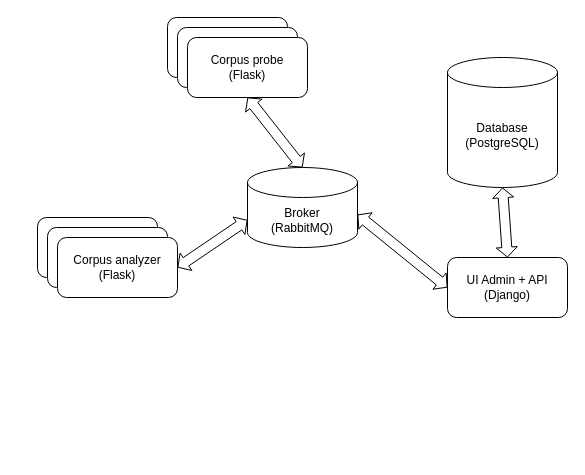
The draw.io diagram docs/architecture.drawio in gfoo/covary, before the edit. Source tidied: cells renumbered, new cells numbered last; positions are measured from the earlier drawing's top-left corner, leaving out a move shared by most shapes. Both pictures are drawn from the tidied source at 100%, with x=0, y=0 at pixel (37, 17).
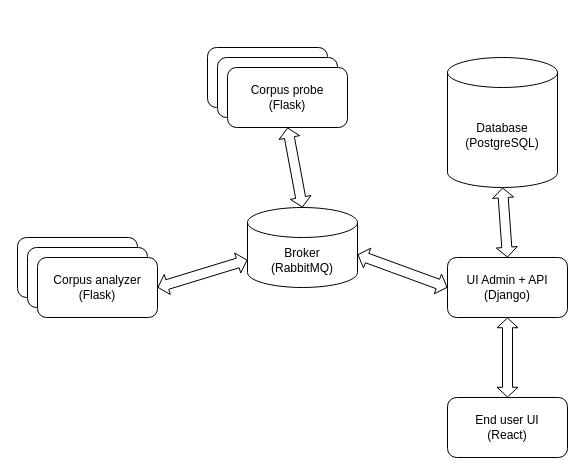
The same diagram, later.

Commit message:
missing End user UI

Change to the diagram source:
```diff
@@
 <mxGraphModel>
   <root>
     <mxCell id="0" />
     <mxCell id="1" parent="0" />
     <mxCell id="2" value="&lt;div&gt;Database&lt;/div&gt;&lt;div&gt;(PostgreSQL)&lt;br&gt;&lt;/div&gt;" style="shape=cylinder3;whiteSpace=wrap;html=1;boundedLbl=1;backgroundOutline=1;size=15;" parent="1" vertex="1">
       <mxGeometry x="410" y="40" width="110" height="130" as="geometry" />
     </mxCell>
     <mxCell id="3" value="&lt;div&gt;UI Admin + API&lt;/div&gt;&lt;div&gt;(Django)&lt;br&gt;&lt;/div&gt;" style="rounded=1;whiteSpace=wrap;html=1;" parent="1" vertex="1">
       <mxGeometry x="410" y="240" width="120" height="60" as="geometry" />
     </mxCell>
     <mxCell id="4" value="Broker&lt;br&gt;&lt;div&gt;(RabbitMQ)&lt;/div&gt;" style="shape=cylinder3;whiteSpace=wrap;html=1;boundedLbl=1;backgroundOutline=1;size=15;" parent="1" vertex="1">
-      <mxGeometry x="210" y="150" width="110" height="80" as="geometry" />
+      <mxGeometry x="210" y="190" width="110" height="80" as="geometry" />
     </mxCell>
     <mxCell id="5" style="rounded=1;whiteSpace=wrap;html=1;" parent="1" vertex="1">
-      <mxGeometry x="130" width="120" height="60" as="geometry" />
+      <mxGeometry x="170" y="30" width="120" height="60" as="geometry" />
     </mxCell>
     <mxCell id="6" style="rounded=1;whiteSpace=wrap;html=1;" parent="1" vertex="1">
-      <mxGeometry x="140" y="10" width="120" height="60" as="geometry" />
+      <mxGeometry x="180" y="40" width="120" height="60" as="geometry" />
     </mxCell>
     <mxCell id="7" value="&lt;div&gt;Corpus probe&lt;/div&gt;&lt;div&gt;(Flask)&lt;br&gt;&lt;/div&gt;" style="rounded=1;whiteSpace=wrap;html=1;" parent="1" vertex="1">
-      <mxGeometry x="150" y="20" width="120" height="60" as="geometry" />
+      <mxGeometry x="190" y="50" width="120" height="60" as="geometry" />
     </mxCell>
     <mxCell id="8" style="rounded=1;whiteSpace=wrap;html=1;" parent="1" vertex="1">
-      <mxGeometry y="200" width="120" height="60" as="geometry" />
+      <mxGeometry x="-20" y="220" width="120" height="60" as="geometry" />
     </mxCell>
     <mxCell id="9" style="rounded=1;whiteSpace=wrap;html=1;" parent="1" vertex="1">
-      <mxGeometry x="10" y="210" width="120" height="60" as="geometry" />
+      <mxGeometry x="-10" y="230" width="120" height="60" as="geometry" />
     </mxCell>
     <mxCell id="10" value="&lt;div&gt;Corpus analyzer&lt;br&gt;&lt;/div&gt;&lt;div&gt;(Flask)&lt;br&gt;&lt;/div&gt;" style="rounded=1;whiteSpace=wrap;html=1;" parent="1" vertex="1">
-      <mxGeometry x="20" y="220" width="120" height="60" as="geometry" />
+      <mxGeometry y="240" width="120" height="60" as="geometry" />
     </mxCell>
     <mxCell id="11" style="shape=flexArrow;endArrow=classic;startArrow=classic;html=1;endWidth=10;endSize=2.91;startWidth=10;startSize=2.91;exitX=1;exitY=0.588;exitDx=0;exitDy=0;exitPerimeter=0;entryX=0;entryY=0.5;entryDx=0;entryDy=0;" parent="1" edge="1" source="4" target="3">
       <mxGeometry relative="1" as="geometry" />
     </mxCell>
     <mxCell id="12" style="shape=flexArrow;endArrow=classic;startArrow=classic;html=1;endWidth=10;endSize=2.91;startWidth=10;startSize=2.91;exitX=0.5;exitY=1;exitDx=0;exitDy=0;exitPerimeter=0;entryX=0.5;entryY=0;entryDx=0;entryDy=0;" parent="1" edge="1" source="2" target="3">
       <mxGeometry relative="1" as="geometry" />
     </mxCell>
     <mxCell id="13" style="shape=flexArrow;endArrow=classic;startArrow=classic;html=1;endWidth=10;endSize=2.91;startWidth=10;startSize=2.91;exitX=1;exitY=0.5;exitDx=0;exitDy=0;entryX=0;entryY=0;entryDx=0;entryDy=52.5;entryPerimeter=0;" parent="1" edge="1" source="10" target="4">
       <mxGeometry relative="1" as="geometry" />
     </mxCell>
     <mxCell id="14" style="shape=flexArrow;endArrow=classic;startArrow=classic;html=1;endWidth=10;endSize=2.91;startWidth=10;startSize=2.91;exitX=0.5;exitY=0;exitDx=0;exitDy=0;entryX=0.5;entryY=1;entryDx=0;entryDy=0;exitPerimeter=0;" parent="1" edge="1" source="4" target="7">
       <mxGeometry relative="1" as="geometry" />
     </mxCell>
+    <mxCell id="15" value="&lt;div&gt;End user UI&lt;/div&gt;&lt;div&gt;(React)&lt;br&gt;&lt;/div&gt;" style="rounded=1;whiteSpace=wrap;html=1;" parent="1" vertex="1">
+      <mxGeometry x="410" y="380" width="120" height="60" as="geometry" />
+    </mxCell>
+    <mxCell id="16" style="shape=flexArrow;endArrow=classic;startArrow=classic;html=1;endWidth=10;endSize=2.91;startWidth=10;startSize=2.91;exitX=0.5;exitY=0;exitDx=0;exitDy=0;entryX=0.5;entryY=1;entryDx=0;entryDy=0;" parent="1" edge="1" source="15" target="3">
+      <mxGeometry relative="1" as="geometry" />
+    </mxCell>
   </root>
 </mxGraphModel>
```
